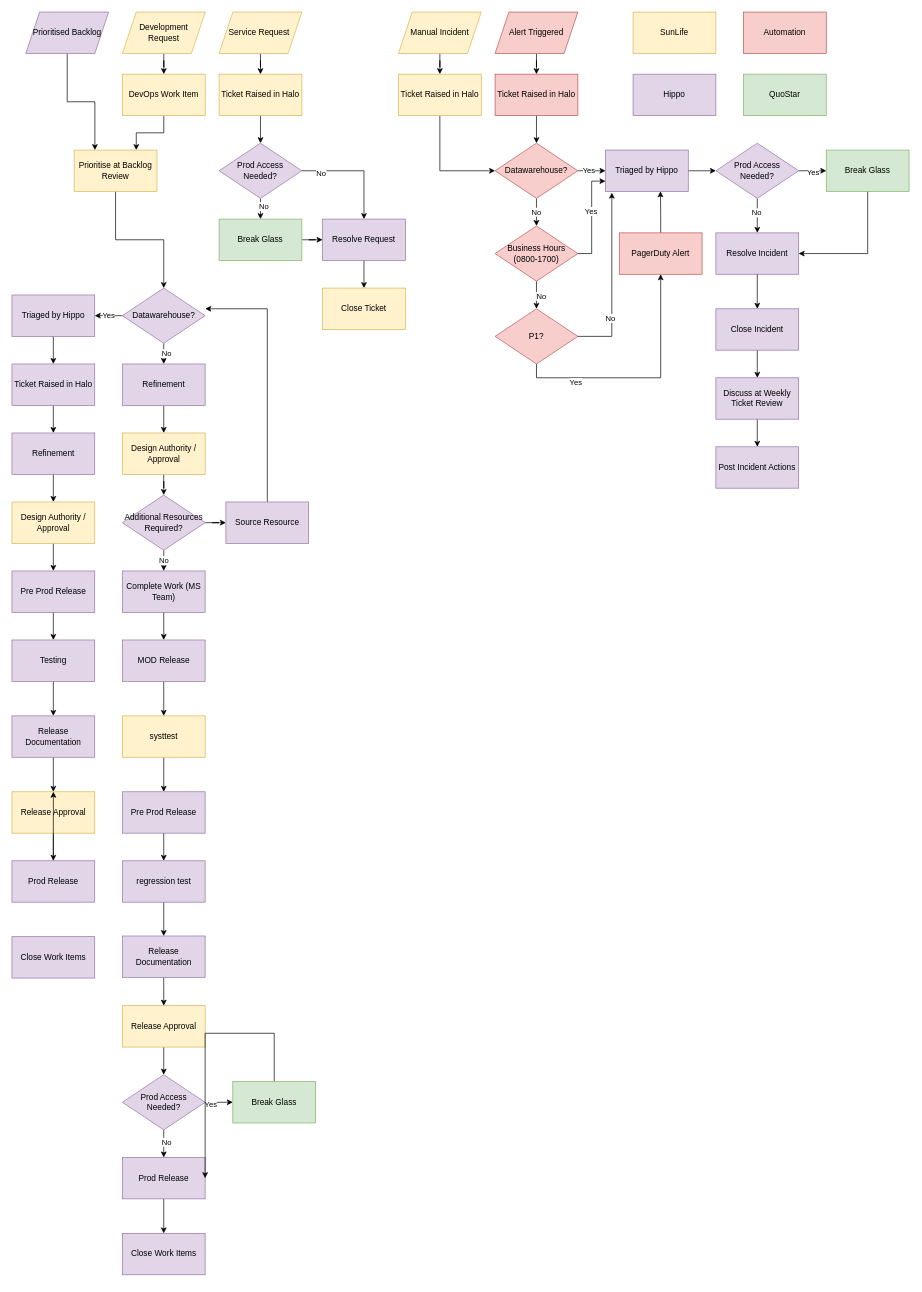
Earlier version of the draw.io diagram Untitled Diagram.drawio (DCTFUK/Drawio). Source tidied: cells renumbered, new cells numbered last; positions are measured from the earlier drawing's top-left corner, leaving out a move shared by most shapes. Both pictures are drawn from the tidied source at 69%, with x=0, y=0 at pixel (12, 12).
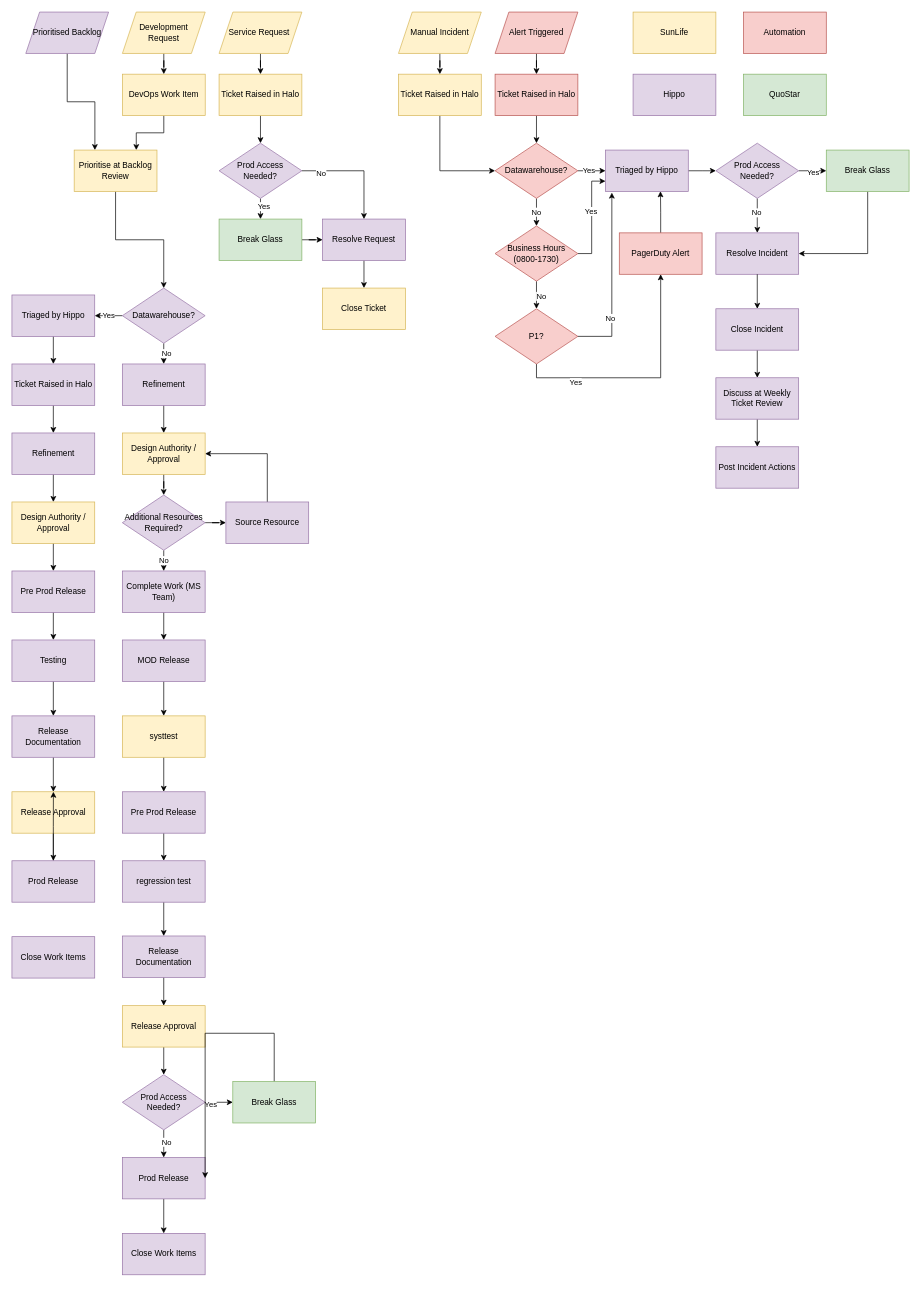
The same diagram, later.

The change refers to these unchanged cells:
```xml
<mxCell id="80" value="Design Authority / Approval" style="rounded=0;whiteSpace=wrap;html=1;fillColor=#fff2cc;strokeColor=#d6b656;" parent="1" vertex="1">
  <mxGeometry x="159.8" y="610" width="120" height="60" as="geometry" />
</mxCell>
<mxCell id="102" value="Source Resource" style="rounded=0;whiteSpace=wrap;html=1;fillColor=#e1d5e7;strokeColor=#9673a6;" parent="1" vertex="1">
  <mxGeometry x="309.9" y="710" width="120" height="60" as="geometry" />
</mxCell>
<mxCell id="112" style="edgeStyle=orthogonalEdgeStyle;rounded=0;jettySize=auto;html=1;exitX=0.5;exitY=1;exitDx=0;exitDy=0;entryX=0.5;entryY=0;entryDx=0;entryDy=0;" parent="1" edge="1" source="114" target="116">
  <mxGeometry relative="1" as="geometry" />
</mxCell>
```

What changed in the source:
```diff
@@
-    <mxCell id="16" value="Business Hours&lt;br&gt;(0800-1700)" style="rhombus;whiteSpace=wrap;html=1;fillColor=#f8cecc;strokeColor=#b85450;" parent="1" vertex="1">
+    <mxCell id="16" value="Business Hours&lt;br&gt;(0800-1730)" style="rhombus;whiteSpace=wrap;html=1;fillColor=#f8cecc;strokeColor=#b85450;" parent="1" vertex="1">
       <mxGeometry x="700" y="310" width="120" height="80" as="geometry" />
     </mxCell>
@@
-    <mxCell id="101" style="edgeStyle=orthogonalEdgeStyle;rounded=0;jettySize=auto;html=1;" parent="1" edge="1" source="102">
+    <mxCell id="101" style="edgeStyle=orthogonalEdgeStyle;rounded=0;jettySize=auto;html=1;entryX=1;entryY=0.5;entryDx=0;entryDy=0;" parent="1" edge="1" source="102" target="80">
       <mxGeometry relative="1" as="geometry">
-        <mxPoint x="280" y="430" as="targetPoint" />
         <Array as="points">
-          <mxPoint x="370" y="430" />
+          <mxPoint x="370" y="640" />
         </Array>
       </mxGeometry>
     </mxCell>
@@
-    <mxCell id="113" value="No" style="edgeLabel;html=1;align=center;verticalAlign=middle;" parent="112" vertex="1">
+    <mxCell id="113" value="Yes" style="edgeLabel;html=1;align=center;verticalAlign=middle;" parent="112" vertex="1">
       <mxGeometry x="-0.24" y="4" relative="1" as="geometry" />
     </mxCell>
```
